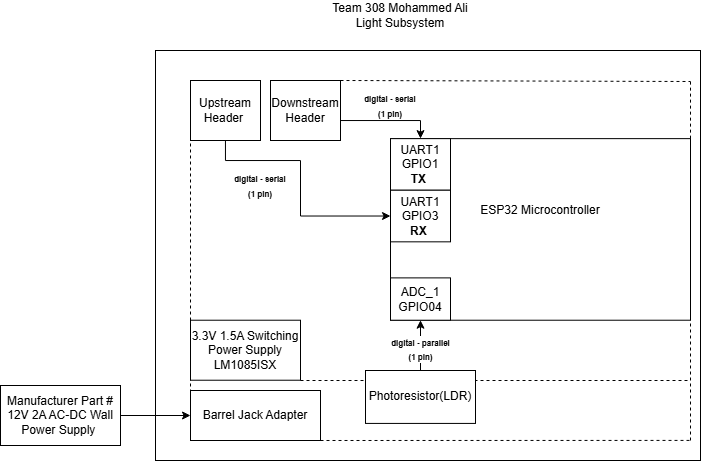
Above: 02-Block-Diagram/Mo314 Block diagram.drawio.png in malqarn2/EGR314DataSheetTemplate (draw.io), before the change. Source tidied: cells renumbered, new cells last; positions are measured from the earlier drawing's top-left corner, leaving out a move shared by most shapes. Its diagram source:
```xml
<mxGraphModel>
  <root>
    <mxCell id="0" />
    <mxCell id="1" parent="0" />
    <mxCell id="2" value="Team 308&amp;nbsp;&lt;span style=&quot;background-color: transparent; color: light-dark(rgb(0, 0, 0), rgb(255, 255, 255));&quot;&gt;Mohammed Ali&lt;/span&gt;&lt;div&gt;&lt;span style=&quot;background-color: transparent; color: light-dark(rgb(0, 0, 0), rgb(255, 255, 255));&quot;&gt;Light Subsystem&lt;/span&gt;&lt;/div&gt;" style="text;html=1;whiteSpace=wrap;strokeColor=none;fillColor=none;align=center;verticalAlign=middle;rounded=0;" parent="1" vertex="1">
      <mxGeometry x="310" width="180" height="30" as="geometry" />
    </mxCell>
    <mxCell id="3" style="rounded=0;whiteSpace=wrap;html=1;" parent="1" vertex="1">
      <mxGeometry x="155" y="50" width="545" height="410" as="geometry" />
    </mxCell>
    <mxCell id="4" value="&lt;div&gt;&lt;br&gt;&lt;/div&gt;&lt;div&gt;&lt;br&gt;&lt;/div&gt;&lt;div&gt;&lt;br&gt;&lt;/div&gt;&lt;div&gt;&lt;br&gt;&lt;/div&gt;&lt;div&gt;ESP32 Microcontroller&lt;/div&gt;" style="rounded=0;whiteSpace=wrap;html=1;verticalAlign=top;" parent="1" vertex="1">
      <mxGeometry x="390" y="138.1" width="300" height="181.6" as="geometry" />
    </mxCell>
    <mxCell id="5" value="ADC_1&lt;br&gt;GPIO04" style="rounded=0;whiteSpace=wrap;html=1;" parent="1" vertex="1">
      <mxGeometry x="390" y="277.4" width="60" height="42.3" as="geometry" />
    </mxCell>
    <mxCell id="6" style="edgeStyle=orthogonalEdgeStyle;rounded=0;jettySize=auto;html=1;entryX=0.5;entryY=1;entryDx=0;entryDy=0;" parent="1" edge="1" source="24" target="5">
      <mxGeometry relative="1" as="geometry">
        <Array as="points">
          <mxPoint x="420" y="350" />
          <mxPoint x="420" y="350" />
        </Array>
      </mxGeometry>
    </mxCell>
    <mxCell id="7" value="&lt;font style=&quot;font-size: 8px;&quot;&gt;&lt;b&gt;digital - parallel&lt;br&gt;(1 pin)&lt;/b&gt;&lt;br&gt;&lt;/font&gt;" style="edgeLabel;html=1;align=center;verticalAlign=middle;" parent="6" vertex="1">
      <mxGeometry x="-0.14" relative="1" as="geometry" />
    </mxCell>
    <mxCell id="8" value="UART1&lt;br&gt;GPIO1&lt;br&gt;&lt;b&gt;TX&amp;nbsp;&lt;/b&gt;" style="rounded=0;whiteSpace=wrap;html=1;" parent="1" vertex="1">
      <mxGeometry x="390" y="138.1" width="60" height="51.6" as="geometry" />
    </mxCell>
    <mxCell id="9" value="UART1&lt;br&gt;GPIO3&lt;br&gt;&lt;b&gt;RX&amp;nbsp;&lt;/b&gt;" style="rounded=0;whiteSpace=wrap;html=1;" parent="1" vertex="1">
      <mxGeometry x="390" y="189.7" width="60" height="51.6" as="geometry" />
    </mxCell>
    <mxCell id="10" style="edgeStyle=orthogonalEdgeStyle;rounded=0;jettySize=auto;html=1;entryX=0;entryY=0.5;entryDx=0;entryDy=0;" parent="1" edge="1" source="11" target="12">
      <mxGeometry relative="1" as="geometry" />
    </mxCell>
    <mxCell id="11" value="Manufacturer Part #&lt;br/&gt;12V 2A AC-DC Wall&lt;br/&gt;Power Supply&amp;nbsp;" style="rounded=0;whiteSpace=wrap;html=1;" parent="1" vertex="1">
      <mxGeometry y="385" width="120" height="60" as="geometry" />
    </mxCell>
    <mxCell id="12" value="Barrel Jack Adapter" style="rounded=0;whiteSpace=wrap;html=1;" parent="1" vertex="1">
      <mxGeometry x="190" y="390" width="130" height="50" as="geometry" />
    </mxCell>
    <mxCell id="13" value="3.3V 1.5A Switching&lt;br&gt;Power Supply&lt;div&gt;LM1085ISX&lt;/div&gt;" style="rounded=0;whiteSpace=wrap;html=1;" parent="1" vertex="1">
      <mxGeometry x="190" y="319.7" width="110" height="60" as="geometry" />
    </mxCell>
    <mxCell id="14" style="edgeStyle=orthogonalEdgeStyle;rounded=0;jettySize=auto;html=1;entryX=0;entryY=0.5;entryDx=0;entryDy=0;" parent="1" edge="1" source="15" target="9">
      <mxGeometry relative="1" as="geometry">
        <Array as="points">
          <mxPoint x="225" y="160" />
          <mxPoint x="300" y="160" />
          <mxPoint x="300" y="216" />
        </Array>
      </mxGeometry>
    </mxCell>
    <mxCell id="15" value="Upstream&lt;br/&gt;Header&amp;nbsp;" style="rounded=0;whiteSpace=wrap;html=1;" parent="1" vertex="1">
      <mxGeometry x="190" y="80" width="70" height="60" as="geometry" />
    </mxCell>
    <mxCell id="16" style="edgeStyle=orthogonalEdgeStyle;rounded=0;jettySize=auto;html=1;entryX=0.5;entryY=0;entryDx=0;entryDy=0;" parent="1" edge="1" target="8">
      <mxGeometry relative="1" as="geometry">
        <mxPoint x="340" y="118" as="sourcePoint" />
        <Array as="points">
          <mxPoint x="340" y="120" />
          <mxPoint x="420" y="120" />
        </Array>
      </mxGeometry>
    </mxCell>
    <mxCell id="17" value="Downstream&lt;br/&gt;Header" style="rounded=0;whiteSpace=wrap;html=1;" parent="1" vertex="1">
      <mxGeometry x="270" y="80" width="70" height="60" as="geometry" />
    </mxCell>
    <mxCell id="18" value="&lt;font style=&quot;font-size: 8px;&quot;&gt;&lt;b&gt;digital - serial&lt;br&gt;(1 pin)&lt;/b&gt;&lt;br&gt;&lt;/font&gt;" style="text;html=1;whiteSpace=wrap;strokeColor=none;fillColor=none;align=center;verticalAlign=middle;rounded=0;" parent="1" vertex="1">
      <mxGeometry x="360" y="90" width="60" height="30" as="geometry" />
    </mxCell>
    <mxCell id="19" value="&lt;b style=&quot;font-size: 8px;&quot;&gt;digital - serial&lt;br&gt;(1 pin)&lt;/b&gt;" style="text;html=1;whiteSpace=wrap;strokeColor=none;fillColor=none;align=center;verticalAlign=middle;rounded=0;" parent="1" vertex="1">
      <mxGeometry x="230" y="170" width="60" height="30" as="geometry" />
    </mxCell>
    <mxCell id="20" style="endArrow=none;dashed=1;html=1;rounded=0;exitX=0;exitY=1;exitDx=0;exitDy=0;" parent="1" edge="1" source="12">
      <mxGeometry relative="1" as="geometry">
        <mxPoint x="190" y="140" as="targetPoint" />
      </mxGeometry>
    </mxCell>
    <mxCell id="21" style="endArrow=none;dashed=1;html=1;rounded=0;" parent="1" edge="1">
      <mxGeometry relative="1" as="geometry">
        <mxPoint x="340" y="80" as="sourcePoint" />
        <mxPoint x="690" y="81" as="targetPoint" />
      </mxGeometry>
    </mxCell>
    <mxCell id="22" style="endArrow=none;dashed=1;html=1;rounded=0;exitX=1;exitY=0;exitDx=0;exitDy=0;" parent="1" edge="1" source="4">
      <mxGeometry relative="1" as="geometry">
        <mxPoint x="690" y="80" as="targetPoint" />
      </mxGeometry>
    </mxCell>
    <mxCell id="23" style="endArrow=none;dashed=1;html=1;rounded=0;" parent="1" edge="1">
      <mxGeometry relative="1" as="geometry">
        <mxPoint x="300" y="380" as="sourcePoint" />
        <mxPoint x="690" y="380" as="targetPoint" />
      </mxGeometry>
    </mxCell>
    <mxCell id="24" value="&lt;div&gt;Photoresistor(LDR)&lt;/div&gt;" style="rounded=0;whiteSpace=wrap;html=1;" parent="1" vertex="1">
      <mxGeometry x="365" y="370" width="110" height="52.9" as="geometry" />
    </mxCell>
    <mxCell id="25" style="endArrow=none;dashed=1;html=1;rounded=0;entryX=0.982;entryY=0.951;entryDx=0;entryDy=0;entryPerimeter=0;" parent="1" edge="1" target="3">
      <mxGeometry relative="1" as="geometry">
        <mxPoint x="320" y="440" as="sourcePoint" />
      </mxGeometry>
    </mxCell>
    <mxCell id="26" style="endArrow=none;dashed=1;html=1;rounded=0;" parent="1" edge="1">
      <mxGeometry relative="1" as="geometry">
        <mxPoint x="690" y="440" as="sourcePoint" />
        <mxPoint x="690" y="380" as="targetPoint" />
      </mxGeometry>
    </mxCell>
    <mxCell id="27" style="endArrow=none;dashed=1;html=1;rounded=0;entryX=1;entryY=1;entryDx=0;entryDy=0;" parent="1" edge="1" target="4">
      <mxGeometry relative="1" as="geometry">
        <mxPoint x="690" y="380" as="sourcePoint" />
      </mxGeometry>
    </mxCell>
  </root>
</mxGraphModel>
```
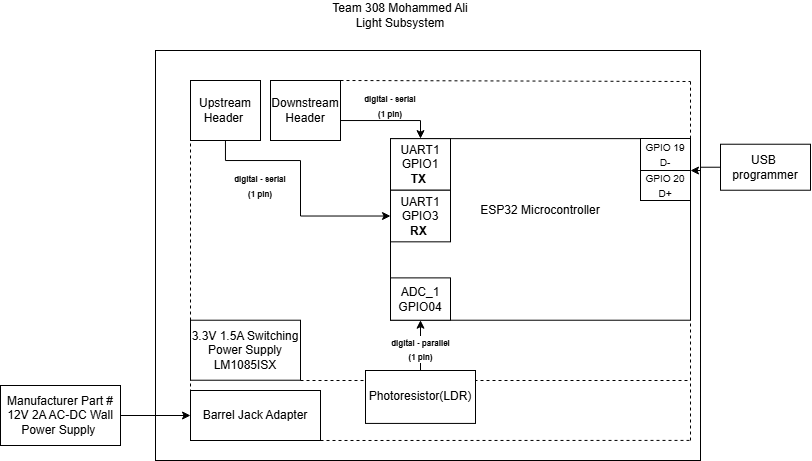
After the commit.

The edit, as a diff of the source:
```diff
@@ -114,5 +114,22 @@
         <mxPoint x="690" y="380" as="sourcePoint" />
       </mxGeometry>
     </mxCell>
+    <mxCell id="28" value="&lt;font style=&quot;font-size: 10px;&quot;&gt;GPIO 19&lt;/font&gt;&lt;div&gt;&lt;font style=&quot;font-size: 10px;&quot;&gt;D-&lt;/font&gt;&lt;/div&gt;" style="rounded=0;whiteSpace=wrap;html=1;" parent="1" vertex="1">
+      <mxGeometry x="640" y="138" width="50" height="32" as="geometry" />
+    </mxCell>
+    <mxCell id="29" value="&lt;font size=&quot;1&quot;&gt;GPIO 20&lt;/font&gt;&lt;div&gt;&lt;font size=&quot;1&quot;&gt;D+&lt;/font&gt;&lt;/div&gt;" style="rounded=0;whiteSpace=wrap;html=1;" parent="1" vertex="1">
+      <mxGeometry x="640" y="170" width="50" height="30" as="geometry" />
+    </mxCell>
+    <mxCell id="30" style="edgeStyle=orthogonalEdgeStyle;rounded=0;jettySize=auto;html=1;entryX=1;entryY=0;entryDx=0;entryDy=0;exitX=0;exitY=0.5;exitDx=0;exitDy=0;" parent="1" edge="1" source="31" target="29">
+      <mxGeometry relative="1" as="geometry">
+        <Array as="points">
+          <mxPoint x="700" y="167" />
+          <mxPoint x="700" y="170" />
+        </Array>
+      </mxGeometry>
+    </mxCell>
+    <mxCell id="31" value="USB&amp;nbsp;&lt;br&gt;programmer" style="rounded=0;whiteSpace=wrap;html=1;" parent="1" vertex="1">
+      <mxGeometry x="720" y="143.7" width="90" height="46" as="geometry" />
+    </mxCell>
   </root>
 </mxGraphModel>
```
